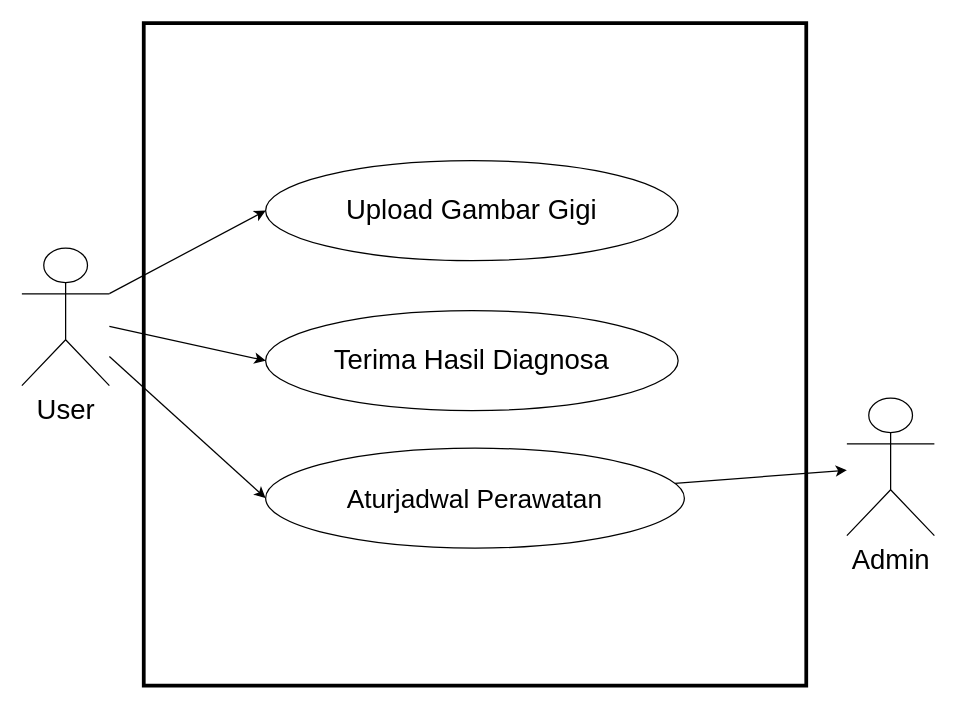
Earlier version of the draw.io diagram page "Copy of Page-6" (8 of 11) of Untitled Diagram.drawio (lukmanprasetyo/Business-Model-Canvas-BMC-). Source tidied: cells renumbered, new cells numbered last; positions are measured from the earlier drawing's top-left corner, leaving out a move shared by most shapes. Both pictures are drawn from the tidied source at 125%, with x=0, y=0 at pixel (21, 22).
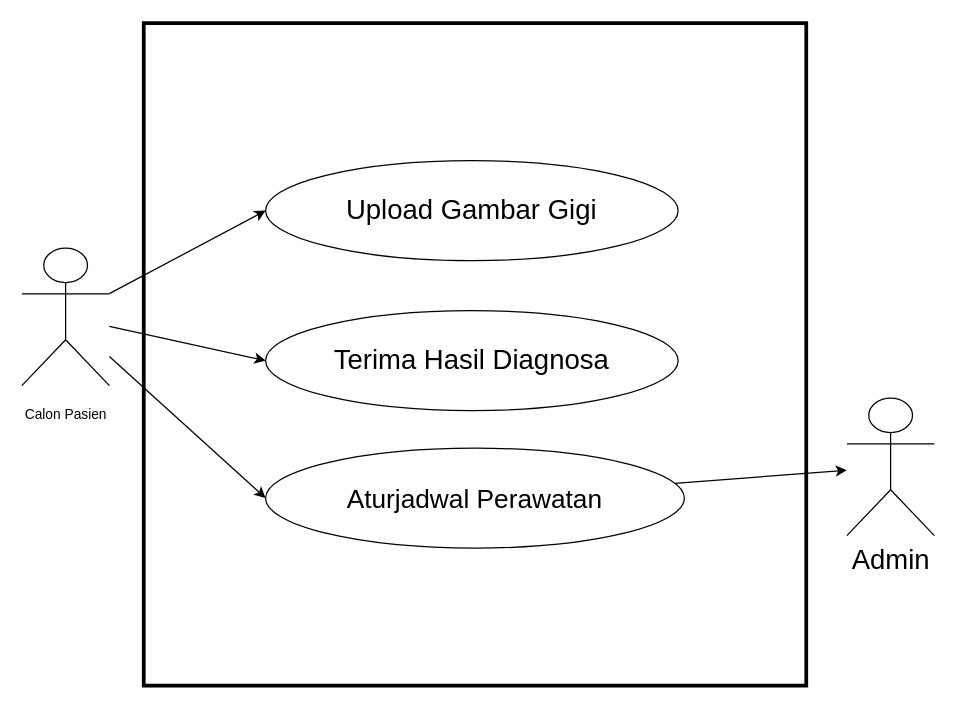
The same page after the edit.

Change to the diagram source:
```diff
@@
 <mxGraphModel>
   <root>
     <mxCell id="0" />
     <mxCell id="1" parent="0" />
     <mxCell id="2" value="&lt;hr&gt;" style="whiteSpace=wrap;html=1;fillColor=default;strokeWidth=3;" parent="1" vertex="1">
       <mxGeometry x="97.5" width="530" height="530" as="geometry" />
     </mxCell>
     <mxCell id="3" style="rounded=0;jettySize=auto;html=1;entryX=0;entryY=0.5;entryDx=0;entryDy=0;" parent="1" edge="1" source="6" target="7">
       <mxGeometry relative="1" as="geometry" />
     </mxCell>
     <mxCell id="4" style="rounded=0;jettySize=auto;html=1;entryX=0;entryY=0.5;entryDx=0;entryDy=0;" parent="1" edge="1" source="6" target="8">
       <mxGeometry relative="1" as="geometry" />
     </mxCell>
     <mxCell id="5" style="rounded=0;jettySize=auto;html=1;entryX=0;entryY=0.5;entryDx=0;entryDy=0;" parent="1" edge="1" source="6" target="10">
       <mxGeometry relative="1" as="geometry" />
     </mxCell>
-    <mxCell id="6" value="User" style="shape=umlActor;verticalLabelPosition=bottom;verticalAlign=top;html=1;outlineConnect=0;fontSize=22;" parent="1" vertex="1">
+    <mxCell id="6" value="&lt;font style=&quot;font-size: 11px;&quot;&gt;Calon Pasien&lt;/font&gt;" style="shape=umlActor;verticalLabelPosition=bottom;verticalAlign=top;html=1;outlineConnect=0;fontSize=22;" parent="1" vertex="1">
       <mxGeometry y="180" width="70" height="110" as="geometry" />
     </mxCell>
     <mxCell id="7" value="&lt;font style=&quot;font-size: 22px;&quot;&gt;Upload Gambar Gigi&lt;/font&gt;" style="ellipse;whiteSpace=wrap;html=1;" parent="1" vertex="1">
       <mxGeometry x="195" y="110" width="330" height="80" as="geometry" />
     </mxCell>
     <mxCell id="8" value="&lt;font style=&quot;font-size: 22px;&quot;&gt;Terima Hasil Diagnosa&lt;/font&gt;" style="ellipse;whiteSpace=wrap;html=1;" parent="1" vertex="1">
       <mxGeometry x="195" y="230" width="330" height="80" as="geometry" />
     </mxCell>
     <mxCell id="9" style="rounded=0;jettySize=auto;html=1;" parent="1" edge="1" source="10" target="11">
       <mxGeometry relative="1" as="geometry" />
     </mxCell>
     <mxCell id="10" value="Aturjadwal Perawatan" style="ellipse;whiteSpace=wrap;html=1;fontSize=21;" parent="1" vertex="1">
       <mxGeometry x="195" y="340" width="335" height="80" as="geometry" />
     </mxCell>
     <mxCell id="11" value="&lt;font style=&quot;font-size: 22px;&quot;&gt;Admin&lt;/font&gt;" style="shape=umlActor;verticalLabelPosition=bottom;verticalAlign=top;html=1;outlineConnect=0;" parent="1" vertex="1">
       <mxGeometry x="660" y="300" width="70" height="110" as="geometry" />
     </mxCell>
   </root>
 </mxGraphModel>
```
